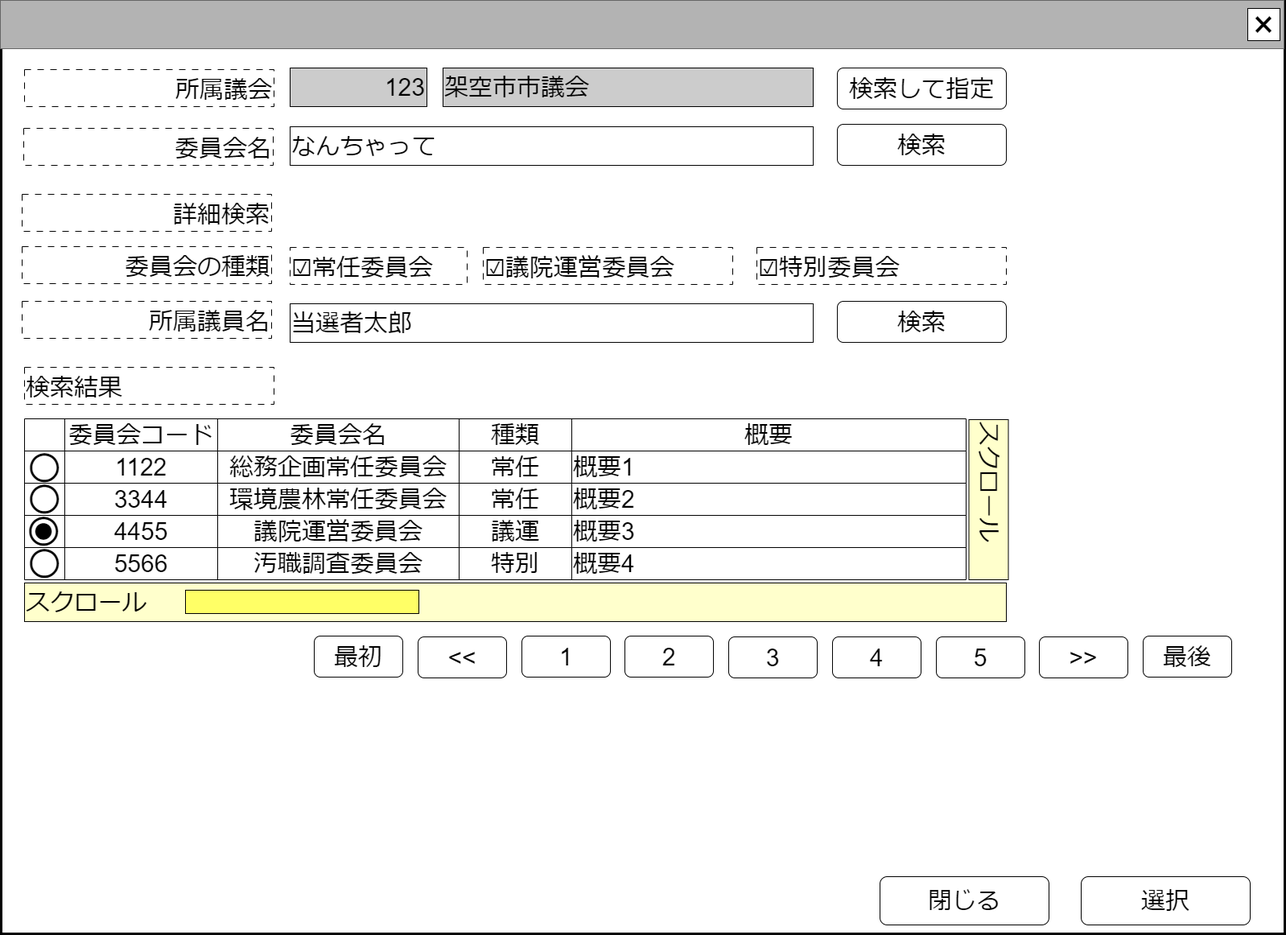
chiwa2023/investigate-politician-balance-report keeps this draw.io diagram as docs/common/front/search_paliament_comittee/image/議会内委員会検索.drawio.png. Above is the earlier version. Source tidied: cells renumbered, new cells last; positions are measured from the earlier drawing's top-left corner, leaving out a move shared by most shapes.
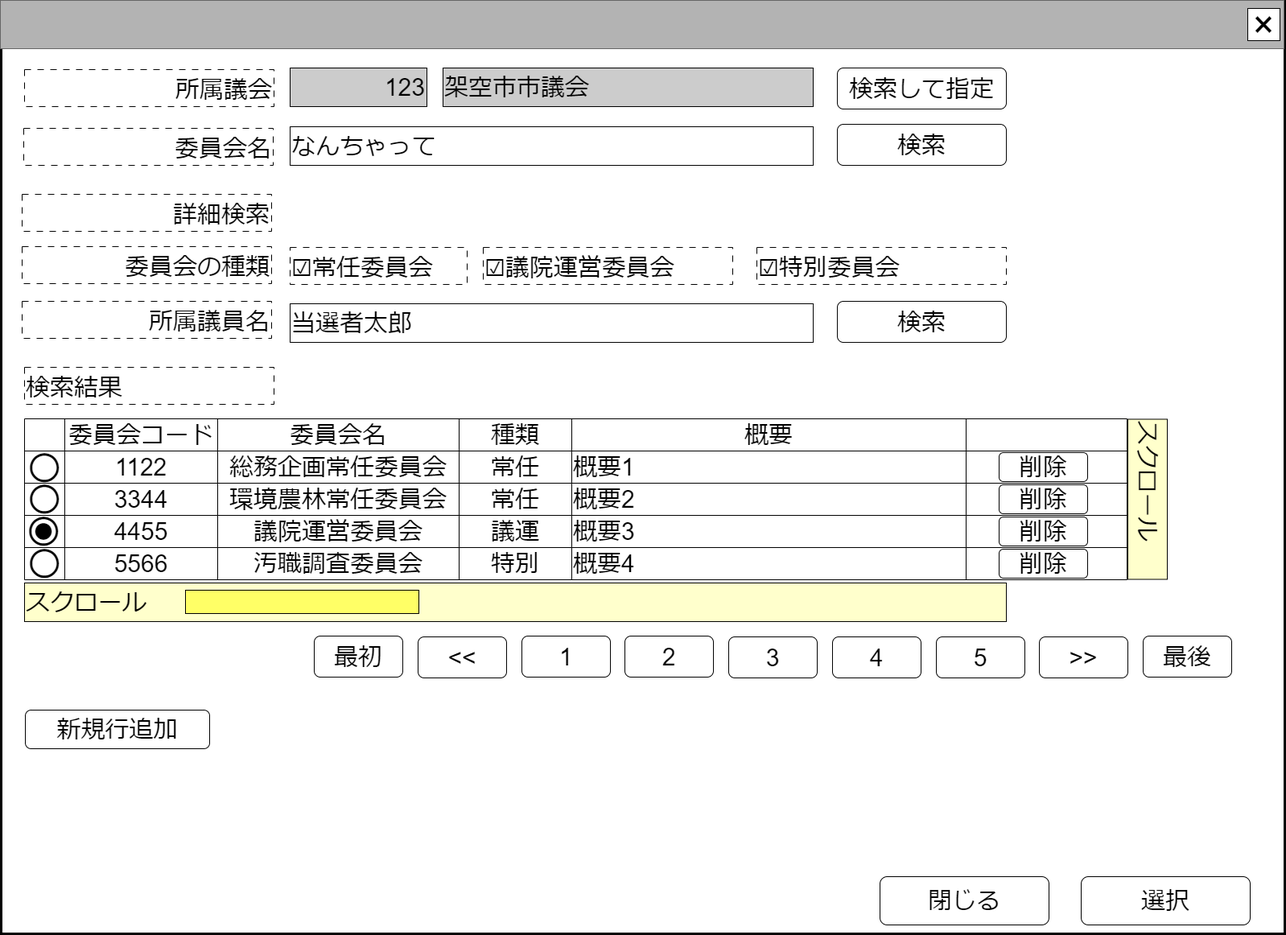
After the commit.

What changed in the source:
```diff
@@ -67,7 +67,7 @@
       <mxGeometry x="519" y="791" width="110" height="51" as="geometry" />
     </mxCell>
     <mxCell id="24" value="&lt;div style=&quot;&quot;&gt;&lt;font style=&quot;font-size: 30px;&quot;&gt;スクロール&lt;/font&gt;&lt;/div&gt;" style="rounded=0;whiteSpace=wrap;html=1;align=left;verticalAlign=top;fillColor=#FFFFCC;rotation=90;" parent="5" vertex="1">
-      <mxGeometry x="1128.5" y="596" width="199" height="49" as="geometry" />
+      <mxGeometry x="1326" y="595.5" width="199" height="49" as="geometry" />
     </mxCell>
     <mxCell id="25" value="&lt;span style=&quot;font-size: 30px;&quot;&gt;123&lt;br&gt;&lt;/span&gt;" style="rounded=0;whiteSpace=wrap;html=1;align=right;fillColor=#CCCCCC;" parent="5" vertex="1">
       <mxGeometry x="360" y="84" width="170" height="48" as="geometry" />
@@ -82,10 +82,10 @@
       <mxGeometry x="1040" y="84" width="210" height="51" as="geometry" />
     </mxCell>
     <mxCell id="29" style="shape=table;startSize=0;fontSize=16;" parent="5" vertex="1">
-      <mxGeometry x="30" y="520" width="1170" height="200" as="geometry" />
+      <mxGeometry x="30" y="520" width="1370" height="200" as="geometry" />
     </mxCell>
     <mxCell id="30" style="shape=tableRow;horizontal=0;startSize=0;swimlaneHead=0;swimlaneBody=0;strokeColor=inherit;top=0;left=0;bottom=0;right=0;fillColor=none;fontSize=16;" parent="29" vertex="1">
-      <mxGeometry width="1170" height="40" as="geometry" />
+      <mxGeometry width="1370" height="40" as="geometry" />
     </mxCell>
     <mxCell id="31" style="shape=partialRectangle;html=1;whiteSpace=wrap;strokeColor=inherit;overflow=hidden;fillColor=none;top=0;left=0;bottom=0;right=0;fontSize=16;" parent="30" vertex="1">
       <mxGeometry width="50" height="40" as="geometry" />
@@ -102,8 +102,11 @@
     <mxCell id="35" value="&lt;font style=&quot;font-size: 30px;&quot;&gt;概要&lt;/font&gt;" style="shape=partialRectangle;html=1;whiteSpace=wrap;strokeColor=inherit;overflow=hidden;fillColor=none;top=0;left=0;bottom=0;right=0;fontSize=16;" parent="30" vertex="1">
       <mxGeometry x="680" width="490" height="40" as="geometry" />
     </mxCell>
+    <mxCell id="72" style="shape=partialRectangle;html=1;whiteSpace=wrap;strokeColor=inherit;overflow=hidden;fillColor=none;top=0;left=0;bottom=0;right=0;fontSize=16;" parent="30" vertex="1">
+      <mxGeometry x="1170" width="200" height="40" as="geometry" />
+    </mxCell>
     <mxCell id="36" style="shape=tableRow;horizontal=0;startSize=0;swimlaneHead=0;swimlaneBody=0;strokeColor=inherit;top=0;left=0;bottom=0;right=0;fillColor=none;fontSize=16;" parent="29" vertex="1">
-      <mxGeometry y="40" width="1170" height="40" as="geometry" />
+      <mxGeometry y="40" width="1370" height="40" as="geometry" />
     </mxCell>
     <mxCell id="37" style="shape=partialRectangle;html=1;whiteSpace=wrap;strokeColor=inherit;overflow=hidden;fillColor=none;top=0;left=0;bottom=0;right=0;fontSize=16;" parent="36" vertex="1">
       <mxGeometry width="50" height="40" as="geometry" />
@@ -120,8 +123,11 @@
     <mxCell id="41" value="&lt;font style=&quot;font-size: 30px;&quot;&gt;概要1&lt;/font&gt;" style="shape=partialRectangle;html=1;whiteSpace=wrap;strokeColor=inherit;overflow=hidden;fillColor=none;top=0;left=0;bottom=0;right=0;fontSize=16;align=left;" parent="36" vertex="1">
       <mxGeometry x="680" width="490" height="40" as="geometry" />
     </mxCell>
+    <mxCell id="73" style="shape=partialRectangle;html=1;whiteSpace=wrap;strokeColor=inherit;overflow=hidden;fillColor=none;top=0;left=0;bottom=0;right=0;fontSize=16;align=left;" parent="36" vertex="1">
+      <mxGeometry x="1170" width="200" height="40" as="geometry" />
+    </mxCell>
     <mxCell id="42" style="shape=tableRow;horizontal=0;startSize=0;swimlaneHead=0;swimlaneBody=0;strokeColor=inherit;top=0;left=0;bottom=0;right=0;fillColor=none;fontSize=16;align=left;" parent="29" vertex="1">
-      <mxGeometry y="80" width="1170" height="40" as="geometry" />
+      <mxGeometry y="80" width="1370" height="40" as="geometry" />
     </mxCell>
     <mxCell id="43" style="shape=partialRectangle;html=1;whiteSpace=wrap;strokeColor=inherit;overflow=hidden;fillColor=none;top=0;left=0;bottom=0;right=0;fontSize=16;" parent="42" vertex="1">
       <mxGeometry width="50" height="40" as="geometry" />
@@ -138,8 +144,11 @@
     <mxCell id="47" value="&lt;font style=&quot;font-size: 30px;&quot;&gt;概要2&lt;/font&gt;" style="shape=partialRectangle;html=1;whiteSpace=wrap;strokeColor=inherit;overflow=hidden;fillColor=none;top=0;left=0;bottom=0;right=0;fontSize=16;align=left;" parent="42" vertex="1">
       <mxGeometry x="680" width="490" height="40" as="geometry" />
     </mxCell>
+    <mxCell id="74" style="shape=partialRectangle;html=1;whiteSpace=wrap;strokeColor=inherit;overflow=hidden;fillColor=none;top=0;left=0;bottom=0;right=0;fontSize=16;align=left;" parent="42" vertex="1">
+      <mxGeometry x="1170" width="200" height="40" as="geometry" />
+    </mxCell>
     <mxCell id="48" style="shape=tableRow;horizontal=0;startSize=0;swimlaneHead=0;swimlaneBody=0;strokeColor=inherit;top=0;left=0;bottom=0;right=0;fillColor=none;fontSize=16;" parent="29" vertex="1">
-      <mxGeometry y="120" width="1170" height="40" as="geometry" />
+      <mxGeometry y="120" width="1370" height="40" as="geometry" />
     </mxCell>
     <mxCell id="49" style="shape=partialRectangle;html=1;whiteSpace=wrap;strokeColor=inherit;overflow=hidden;fillColor=none;top=0;left=0;bottom=0;right=0;fontSize=16;" parent="48" vertex="1">
       <mxGeometry width="50" height="40" as="geometry" />
@@ -156,8 +165,11 @@
     <mxCell id="53" value="&lt;span style=&quot;font-size: 30px;&quot;&gt;概要3&lt;/span&gt;" style="shape=partialRectangle;html=1;whiteSpace=wrap;strokeColor=inherit;overflow=hidden;fillColor=none;top=0;left=0;bottom=0;right=0;fontSize=16;align=left;" parent="48" vertex="1">
       <mxGeometry x="680" width="490" height="40" as="geometry" />
     </mxCell>
+    <mxCell id="75" style="shape=partialRectangle;html=1;whiteSpace=wrap;strokeColor=inherit;overflow=hidden;fillColor=none;top=0;left=0;bottom=0;right=0;fontSize=16;align=left;" parent="48" vertex="1">
+      <mxGeometry x="1170" width="200" height="40" as="geometry" />
+    </mxCell>
     <mxCell id="54" style="shape=tableRow;horizontal=0;startSize=0;swimlaneHead=0;swimlaneBody=0;strokeColor=inherit;top=0;left=0;bottom=0;right=0;fillColor=none;fontSize=16;" parent="29" vertex="1">
-      <mxGeometry y="160" width="1170" height="40" as="geometry" />
+      <mxGeometry y="160" width="1370" height="40" as="geometry" />
     </mxCell>
     <mxCell id="55" style="shape=partialRectangle;html=1;whiteSpace=wrap;strokeColor=inherit;overflow=hidden;fillColor=none;top=0;left=0;bottom=0;right=0;fontSize=16;" parent="54" vertex="1">
       <mxGeometry width="50" height="40" as="geometry" />
@@ -174,6 +186,9 @@
     <mxCell id="59" value="&lt;div style=&quot;&quot;&gt;&lt;span style=&quot;font-size: 30px; background-color: initial;&quot;&gt;概要4&lt;/span&gt;&lt;/div&gt;" style="shape=partialRectangle;html=1;whiteSpace=wrap;strokeColor=inherit;overflow=hidden;fillColor=none;top=0;left=0;bottom=0;right=0;fontSize=16;align=left;" parent="54" vertex="1">
       <mxGeometry x="680" width="490" height="40" as="geometry" />
     </mxCell>
+    <mxCell id="76" style="shape=partialRectangle;html=1;whiteSpace=wrap;strokeColor=inherit;overflow=hidden;fillColor=none;top=0;left=0;bottom=0;right=0;fontSize=16;align=left;" parent="54" vertex="1">
+      <mxGeometry x="1170" width="200" height="40" as="geometry" />
+    </mxCell>
     <mxCell id="60" value="&lt;font style=&quot;font-size: 84px;&quot;&gt;○&lt;/font&gt;" style="text;html=1;strokeColor=none;fillColor=none;align=center;verticalAlign=middle;whiteSpace=wrap;rounded=0;fontSize=60;" parent="5" vertex="1">
       <mxGeometry x="25" y="561" width="60" height="30" as="geometry" />
     </mxCell>
@@ -210,5 +225,20 @@
     <mxCell id="71" value="&lt;span style=&quot;font-size: 30px;&quot;&gt;詳細検索&lt;/span&gt;" style="rounded=0;whiteSpace=wrap;html=1;align=right;dashed=1;dashPattern=8 8;verticalAlign=bottom;" parent="5" vertex="1">
       <mxGeometry x="27" y="241" width="310" height="46" as="geometry" />
     </mxCell>
+    <mxCell id="77" value="&lt;span style=&quot;font-size: 30px;&quot;&gt;削除&lt;/span&gt;" style="rounded=1;whiteSpace=wrap;html=1;" parent="5" vertex="1">
+      <mxGeometry x="1241" y="562" width="110" height="36" as="geometry" />
+    </mxCell>
+    <mxCell id="78" value="&lt;span style=&quot;font-size: 30px;&quot;&gt;削除&lt;/span&gt;" style="rounded=1;whiteSpace=wrap;html=1;" parent="5" vertex="1">
+      <mxGeometry x="1241" y="602" width="110" height="36" as="geometry" />
+    </mxCell>
+    <mxCell id="79" value="&lt;span style=&quot;font-size: 30px;&quot;&gt;削除&lt;/span&gt;" style="rounded=1;whiteSpace=wrap;html=1;" parent="5" vertex="1">
+      <mxGeometry x="1241" y="642" width="110" height="36" as="geometry" />
+    </mxCell>
+    <mxCell id="80" value="&lt;span style=&quot;font-size: 30px;&quot;&gt;削除&lt;/span&gt;" style="rounded=1;whiteSpace=wrap;html=1;" parent="5" vertex="1">
+      <mxGeometry x="1241" y="682" width="110" height="36" as="geometry" />
+    </mxCell>
+    <mxCell id="81" value="&lt;span style=&quot;font-size: 30px;&quot;&gt;新規行追加&lt;/span&gt;" style="rounded=1;whiteSpace=wrap;html=1;" parent="5" vertex="1">
+      <mxGeometry x="31" y="882" width="229" height="48" as="geometry" />
+    </mxCell>
   </root>
 </mxGraphModel>
```
